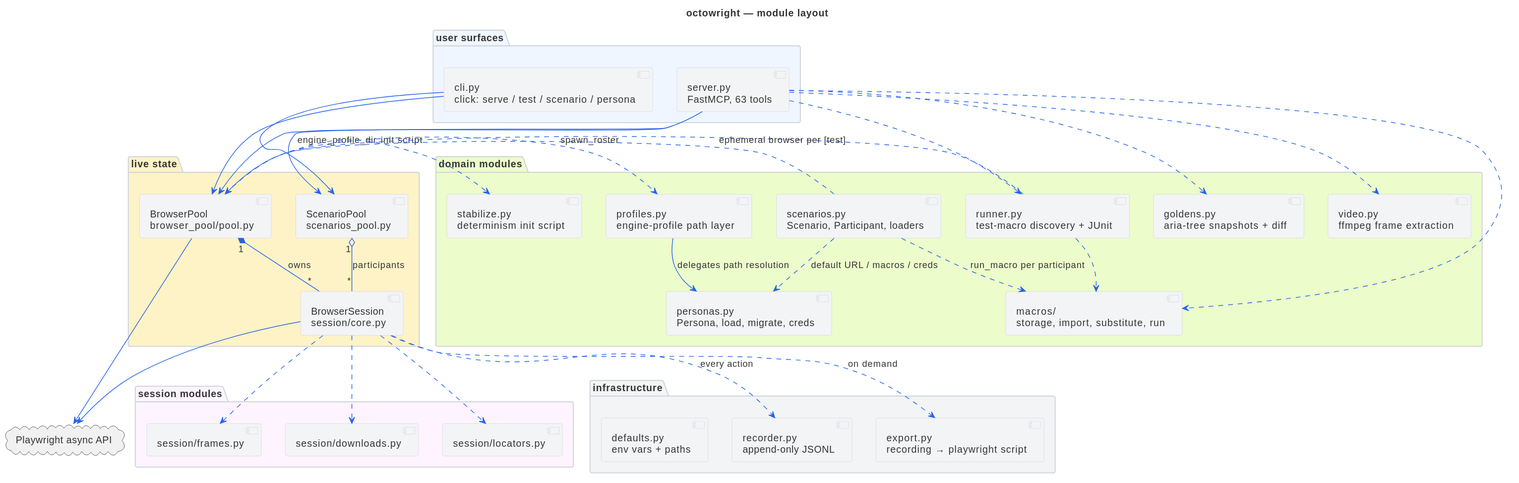
livingstaccato/octowright keeps this PlantUML diagram as docs/architecture/component.svg. Above is the earlier version. Its source is kept beside it as docs/architecture/component.puml.
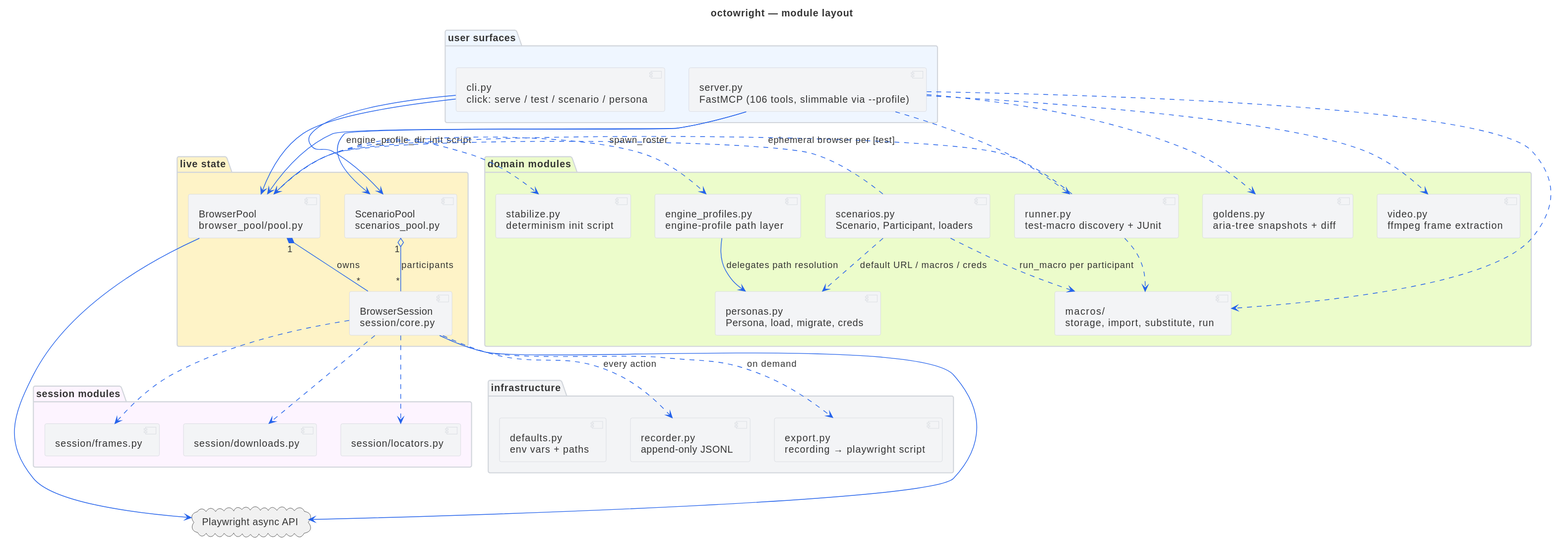
Above is the later version.

Diff of the diagram source:
```diff
@@ -11,8 +11,10 @@
 skinparam noteBorderColor #d1d5db
 skinparam noteBackgroundColor #f9fafb
 
+top to bottom direction
+
 package "user surfaces" #eff6ff {
-  [server.py\nFastMCP, 63 tools] as SERVER
+  [server.py\nFastMCP (106 tools, slimmable via --profile)] as SERVER
   [cli.py\nclick: serve / test / scenario / persona] as CLI
 }
 
@@ -22,21 +24,21 @@
   [ScenarioPool\nscenarios_pool.py] as SPOOL
 }
 
-package "session modules" #fdf4ff {
-  [session/frames.py] as SF
-  [session/downloads.py] as SD
-  [session/locators.py] as SL
-}
-
 package "domain modules" #ecfccb {
   [personas.py\nPersona, load, migrate, creds] as PERSONAS
-  [engine_profiles.py\nengine-profile path layer] as PROFILES
+  [engine_profiles.py\nengine-profile path layer] as ENGPROF
   [scenarios.py\nScenario, Participant, loaders] as SCENARIOS
   [macros/\nstorage, import, substitute, run] as MACROS
   [runner.py\ntest-macro discovery + JUnit] as RUNNER
   [goldens.py\naria-tree snapshots + diff] as GOLDENS
   [video.py\nffmpeg frame extraction] as VIDEO
   [stabilize.py\ndeterminism init script] as STABILIZE
+}
+
+package "session modules" #fdf4ff {
+  [session/frames.py] as SF
+  [session/downloads.py] as SD
+  [session/locators.py] as SL
 }
 
 package "infrastructure" #f3f4f6 {
@@ -58,7 +60,7 @@
 SESSION ..> SD
 SESSION ..> SL
 
-POOL ..> PROFILES : engine_profile_dir
+POOL ..> ENGPROF : engine_profile_dir
 POOL ..> STABILIZE : init script
 SCENARIOS ..> PERSONAS : default URL / macros / creds
 SCENARIOS ..> MACROS : run_macro per participant
@@ -72,9 +74,13 @@
 
 SESSION ..> RECORDER : every action
 SESSION ..> EXPORT : on demand
-PROFILES --> PERSONAS : delegates path resolution
+ENGPROF --> PERSONAS : delegates path resolution
 
 SESSION --> PW
 POOL --> PW
 
+SF -[hidden]down-> PW
+SD -[hidden]down-> PW
+SL -[hidden]down-> PW
+
 @enduml
```
